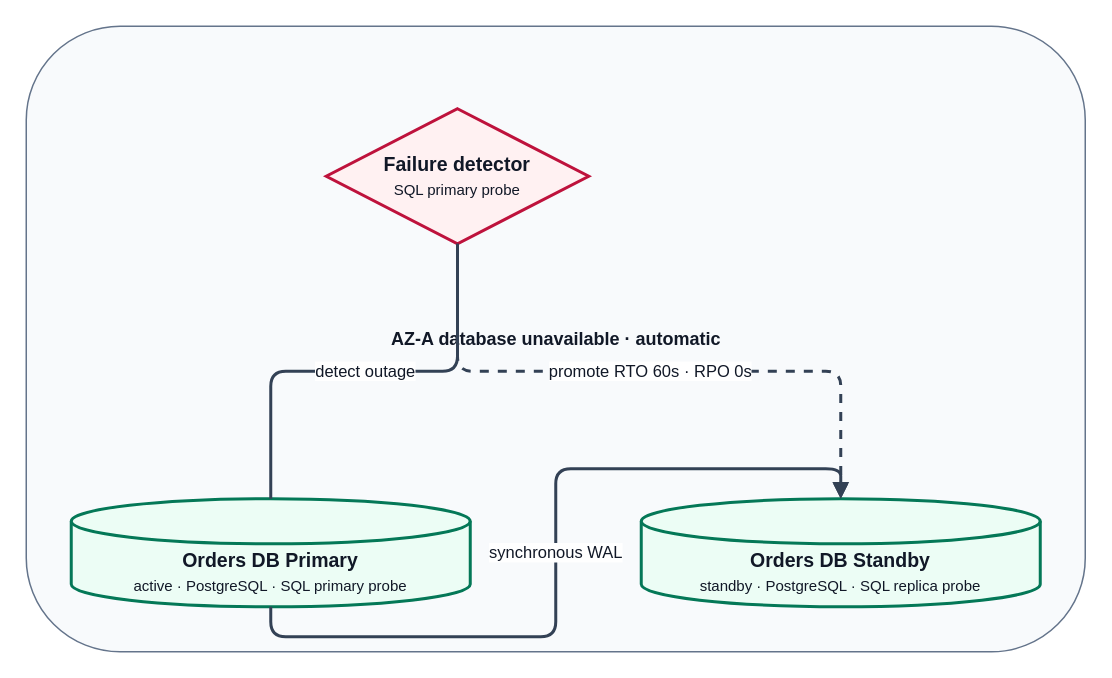
uulab-official/drawio-skills keeps this draw.io diagram as page "Checkout Service — Failover Scenarios" (2 of 2) of docs/ha/checkout-ha.drawio. Above is the earlier version. Source tidied: cells renumbered, new cells numbered last; positions are measured from the earlier drawing's top-left corner, leaving out a move shared by most shapes. Both pictures are drawn from the tidied source at 150%, with x=0, y=0 at pixel (26, 26).
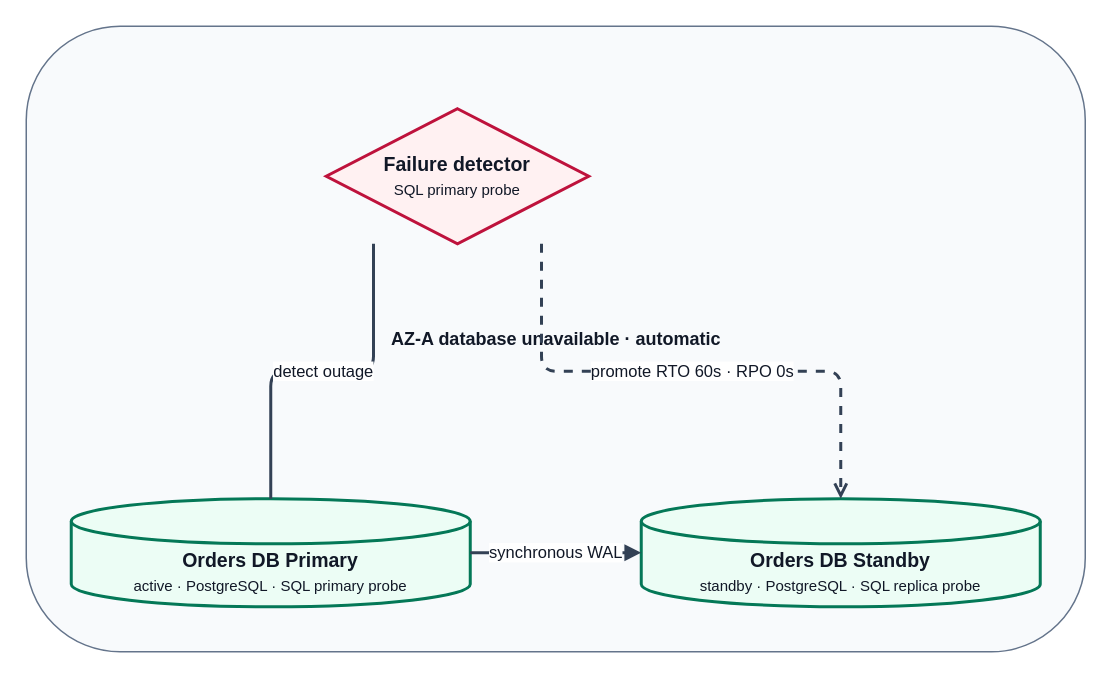
After the change.

What changed in the source:
```diff
@@
 <mxGraphModel background="#ffffff">
   <root>
     <mxCell id="0" />
     <mxCell id="1" parent="0" />
     <mxCell id="2" value="AZ-A database unavailable · automatic" style="swimlane=1;horizontal=1;startSize=30;rounded=1;fillColor=#f8fafc;swimlaneFillColor=#f8fafc;strokeColor=#64748b;fontColor=#111827;fontStyle=1;html=1;" parent="1" vertex="1">
       <mxGeometry width="706" height="417" as="geometry" />
     </mxCell>
     <mxCell id="3" value="&lt;b&gt;Failure detector&lt;/b&gt;&lt;br&gt;&lt;font style=&quot;font-size:10px&quot;&gt;SQL primary probe&lt;/font&gt;" style="whiteSpace=wrap;html=1;rounded=0;arcSize=12;fillColor=#fff1f2;strokeColor=#be123c;strokeWidth=2;fontColor=#111827;fontSize=13;align=center;verticalAlign=middle;spacing=8;shape=rhombus;perimeter=rhombusPerimeter;" parent="1" vertex="1">
       <mxGeometry x="200" y="55" width="175" height="90" as="geometry" />
     </mxCell>
     <mxCell id="4" value="&lt;b&gt;Orders DB Primary&lt;/b&gt;&lt;br&gt;&lt;font style=&quot;font-size:10px&quot;&gt;active · PostgreSQL · SQL primary probe&lt;/font&gt;" style="whiteSpace=wrap;html=1;rounded=1;arcSize=12;fillColor=#ecfdf5;strokeColor=#047857;strokeWidth=2;fontColor=#111827;fontSize=13;align=center;verticalAlign=middle;spacing=8;shape=cylinder3;boundedLbl=1;backgroundOutline=1;" parent="1" vertex="1">
       <mxGeometry x="30" y="315" width="266" height="72" as="geometry" />
     </mxCell>
     <mxCell id="5" value="&lt;b&gt;Orders DB Standby&lt;/b&gt;&lt;br&gt;&lt;font style=&quot;font-size:10px&quot;&gt;standby · PostgreSQL · SQL replica probe&lt;/font&gt;" style="whiteSpace=wrap;html=1;rounded=1;arcSize=12;fillColor=#ecfdf5;strokeColor=#047857;strokeWidth=2;fontColor=#111827;fontSize=13;align=center;verticalAlign=middle;spacing=8;shape=cylinder3;boundedLbl=1;backgroundOutline=1;" parent="1" vertex="1">
       <mxGeometry x="410" y="315" width="266" height="72" as="geometry" />
     </mxCell>
-    <mxCell id="6" value="detect outage" style="edgeStyle=orthogonalEdgeStyle;rounded=1;jettySize=auto;html=1;strokeColor=#334155;strokeWidth=2;endArrow=none;endFill=1;fontColor=#111827;fontSize=11;labelBackgroundColor=#ffffff;exitX=0.5;exitY=1;entryX=0.5;entryY=0;" parent="1" edge="1" source="3" target="4">
-      <mxGeometry relative="1" as="geometry" />
+    <mxCell id="6" value="detect outage" style="edgeStyle=orthogonalEdgeStyle;rounded=1;jettySize=auto;html=1;strokeColor=#334155;strokeWidth=2;endArrow=none;endFill=1;fontColor=#111827;fontSize=11;labelBackgroundColor=#ffffff;exitX=0.18;exitY=1;entryX=0.5;entryY=0;exitDx=0;exitDy=0;entryDx=0;entryDy=0;exitPerimeter=0;entryPerimeter=0;" parent="1" edge="1" source="3" target="4">
+      <mxGeometry relative="1" as="geometry">
+        <Array as="points">
+          <mxPoint x="231.5" y="230" />
+          <mxPoint x="163" y="230" />
+        </Array>
+      </mxGeometry>
     </mxCell>
-    <mxCell id="7" value="promote RTO 60s · RPO 0s" style="edgeStyle=orthogonalEdgeStyle;rounded=1;jettySize=auto;html=1;strokeColor=#334155;strokeWidth=2;endArrow=open;endFill=0;fontColor=#111827;fontSize=11;labelBackgroundColor=#ffffff;exitX=0.5;exitY=1;entryX=0.5;entryY=0;dashed=1;" parent="1" edge="1" source="3" target="5">
-      <mxGeometry relative="1" as="geometry" />
+    <mxCell id="7" value="promote RTO 60s · RPO 0s" style="edgeStyle=orthogonalEdgeStyle;rounded=1;jettySize=auto;html=1;strokeColor=#334155;strokeWidth=2;endArrow=open;endFill=0;fontColor=#111827;fontSize=11;labelBackgroundColor=#ffffff;exitX=0.82;exitY=1;entryX=0.5;entryY=0;exitDx=0;exitDy=0;entryDx=0;entryDy=0;exitPerimeter=0;entryPerimeter=0;dashed=1;" parent="1" edge="1" source="3" target="5">
+      <mxGeometry relative="1" as="geometry">
+        <Array as="points">
+          <mxPoint x="343.5" y="230" />
+          <mxPoint x="543" y="230" />
+        </Array>
+      </mxGeometry>
     </mxCell>
-    <mxCell id="8" value="synchronous WAL" style="edgeStyle=orthogonalEdgeStyle;rounded=1;jettySize=auto;html=1;strokeColor=#334155;strokeWidth=2;endArrow=block;endFill=1;fontColor=#111827;fontSize=11;labelBackgroundColor=#ffffff;exitX=0.5;exitY=1;entryX=0.5;entryY=0;" parent="1" edge="1" source="4" target="5">
+    <mxCell id="8" value="synchronous WAL" style="edgeStyle=orthogonalEdgeStyle;rounded=1;jettySize=auto;html=1;strokeColor=#334155;strokeWidth=2;endArrow=block;endFill=1;fontColor=#111827;fontSize=11;labelBackgroundColor=#ffffff;exitX=1;exitY=0.5;entryX=0;entryY=0.5;exitDx=0;exitDy=0;entryDx=0;entryDy=0;exitPerimeter=0;entryPerimeter=0;" parent="1" edge="1" source="4" target="5">
       <mxGeometry relative="1" as="geometry" />
     </mxCell>
   </root>
 </mxGraphModel>
```
